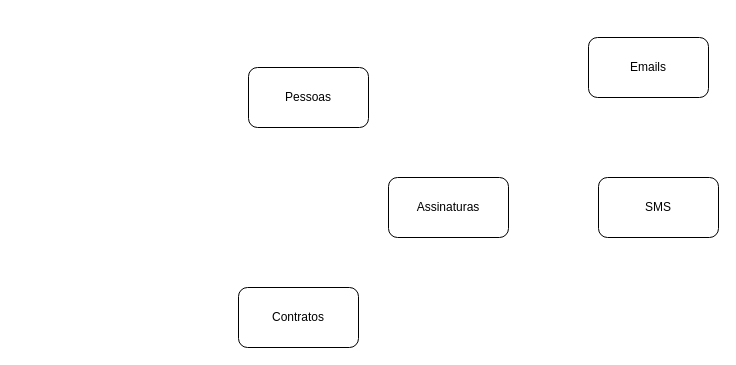
Above: Diagrama sem nome.drawio in pgennari/draw.io (draw.io), before the change. Source tidied: cells renumbered, new cells numbered last; positions are measured from the earlier drawing's top-left corner, leaving out a move shared by most shapes. Both pictures are drawn from the tidied source at 100%, with x=0, y=0 at pixel (238, 37).
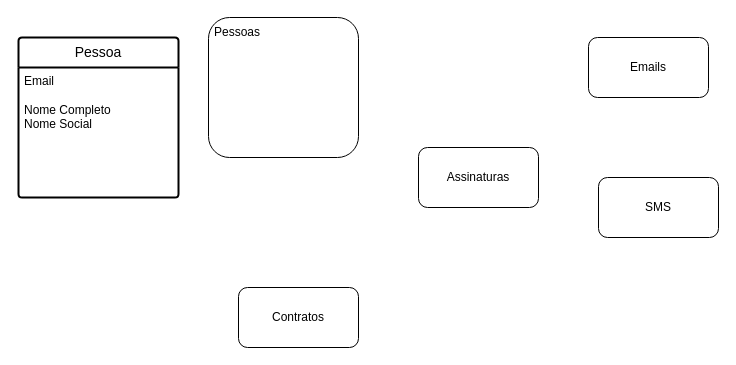
The same diagram, later.

What changed in the source:
```diff
@@
 <mxGraphModel>
   <root>
     <mxCell id="0" />
     <mxCell id="1" parent="0" />
-    <mxCell id="2" value="Pessoas" style="rounded=1;whiteSpace=wrap;html=1;" parent="1" vertex="1">
-      <mxGeometry x="10" y="30" width="120" height="60" as="geometry" />
+    <mxCell id="2" value="Pessoas" style="rounded=1;whiteSpace=wrap;html=1;align=left;verticalAlign=top;spacingTop=1;spacingLeft=4;" parent="1" vertex="1">
+      <mxGeometry x="-30" y="-20" width="150" height="140" as="geometry" />
     </mxCell>
     <mxCell id="3" value="Contratos" style="rounded=1;whiteSpace=wrap;html=1;" parent="1" vertex="1">
       <mxGeometry y="250" width="120" height="60" as="geometry" />
     </mxCell>
     <mxCell id="4" value="Emails" style="rounded=1;whiteSpace=wrap;html=1;" parent="1" vertex="1">
       <mxGeometry x="350" width="120" height="60" as="geometry" />
     </mxCell>
     <mxCell id="5" value="SMS" style="rounded=1;whiteSpace=wrap;html=1;" parent="1" vertex="1">
       <mxGeometry x="360" y="140" width="120" height="60" as="geometry" />
     </mxCell>
     <mxCell id="6" value="Assinaturas" style="rounded=1;whiteSpace=wrap;html=1;" parent="1" vertex="1">
-      <mxGeometry x="150" y="140" width="120" height="60" as="geometry" />
+      <mxGeometry x="180" y="110" width="120" height="60" as="geometry" />
     </mxCell>
+    <mxCell id="7" value="Pessoa" style="swimlane;horizontal=1;startSize=30;rounded=1;fontSize=14;fontStyle=0;strokeWidth=2;shadow=0;dashed=0;align=center;arcSize=4;whiteSpace=wrap;html=1;" parent="1" vertex="1">
+      <mxGeometry x="-220" width="160" height="160" as="geometry" />
+    </mxCell>
+    <mxCell id="8" value="Email&lt;br&gt;&lt;br&gt;&lt;div&gt;&lt;span style=&quot;background-color: initial;&quot;&gt;Nome Completo&lt;/span&gt;&lt;/div&gt;&lt;div&gt;Nome Social&lt;/div&gt;" style="align=left;strokeColor=none;fillColor=none;spacingLeft=4;fontSize=12;verticalAlign=top;html=1;" parent="7" vertex="1">
+      <mxGeometry y="30" width="160" height="130" as="geometry" />
+    </mxCell>
   </root>
 </mxGraphModel>
```
